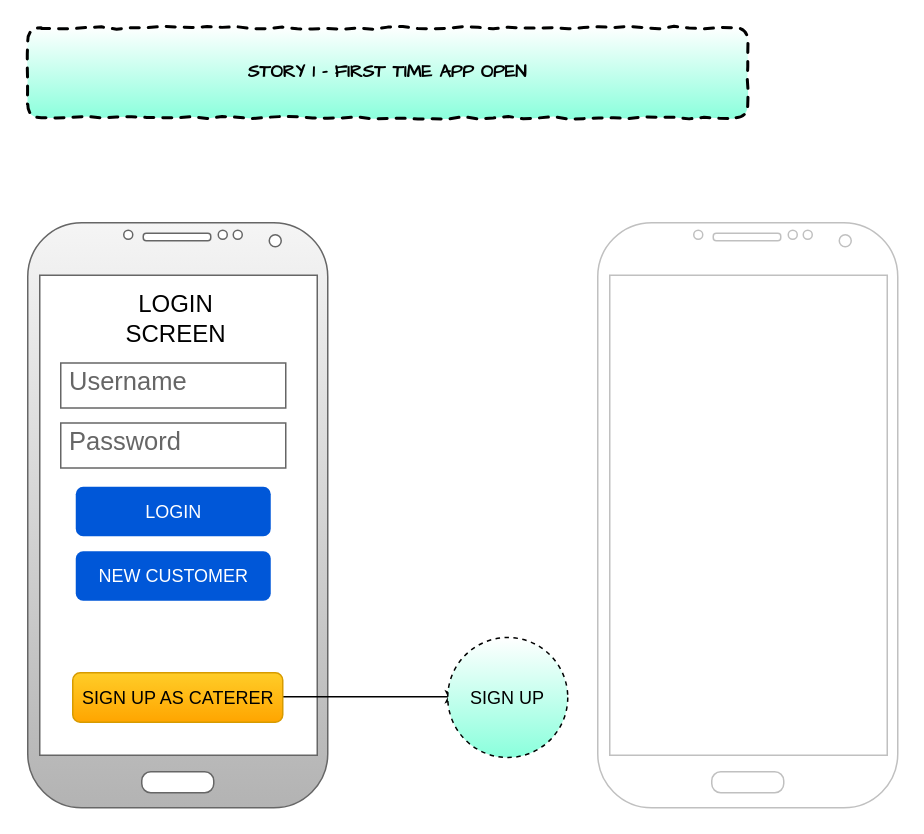
Before: Untitled Diagram.drawio in haroonjoblo/latestNews, a draw.io diagram. Source tidied: cells renumbered, new cells numbered last; positions are measured from the earlier drawing's top-left corner, leaving out a move shared by most shapes. Both pictures are drawn from the tidied source at 150%, with x=0, y=0 at pixel (27, 27).
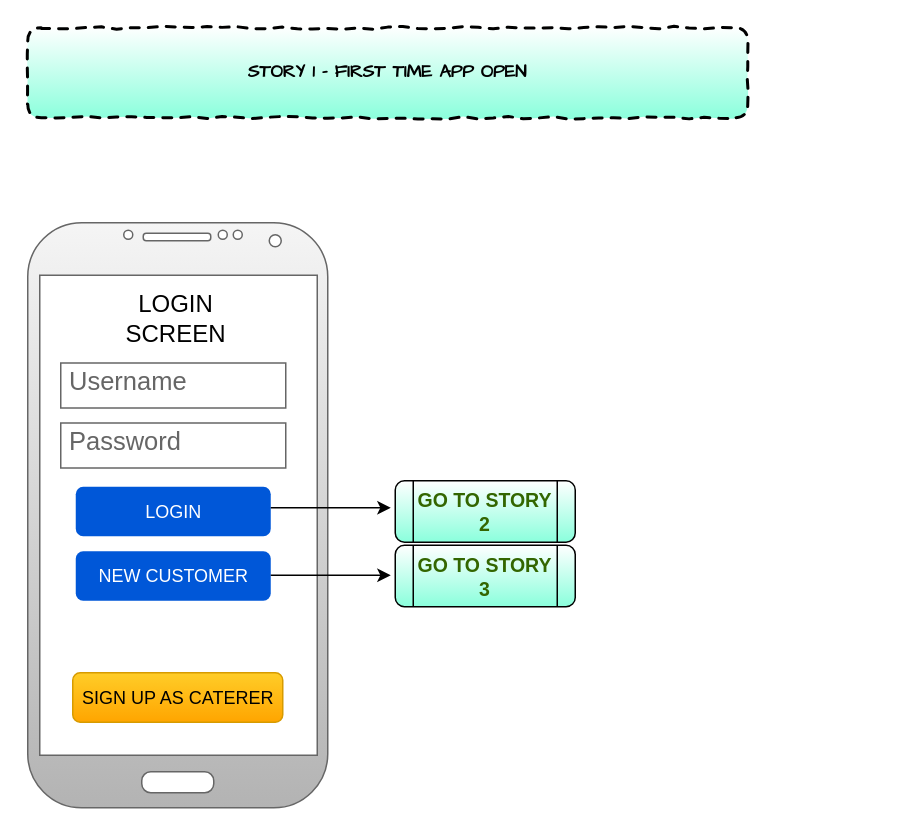
The same page after the edit.

Diff of the diagram source:
```diff
@@
 <mxGraphModel>
   <root>
     <mxCell id="0" />
     <mxCell id="1" parent="0" />
     <mxCell id="2" style="verticalLabelPosition=bottom;verticalAlign=top;html=1;shadow=0;dashed=0;strokeWidth=1;shape=mxgraph.android.phone2;rounded=1;glass=0;fillColor=#f5f5f5;strokeColor=#666666;gradientColor=#b3b3b3;" parent="1" vertex="1">
       <mxGeometry y="130" width="200" height="390" as="geometry" />
     </mxCell>
-    <mxCell id="3" style="verticalLabelPosition=bottom;verticalAlign=top;html=1;shadow=0;dashed=0;strokeWidth=1;shape=mxgraph.android.phone2;fillColor=#ffffff;strokeColor=#c0c0c0;rounded=1;glass=0;" parent="1" vertex="1">
-      <mxGeometry x="380" y="130" width="200" height="390" as="geometry" />
-    </mxCell>
-    <mxCell id="4" style="endArrow=classic;html=1;" parent="1" edge="1">
-      <mxGeometry relative="1" as="geometry">
-        <mxPoint x="167" y="446" as="sourcePoint" />
-        <mxPoint x="287" y="446" as="targetPoint" />
-      </mxGeometry>
-    </mxCell>
     <mxCell id="5" value="STORY 1 - FIRST TIME APP OPEN" style="html=1;whiteSpace=wrap;comic=1;strokeWidth=2;fontFamily=Comic Sans MS;fontStyle=1;rounded=1;glass=0;dashed=1;gradientColor=#8AFFDC;" parent="1" vertex="1">
       <mxGeometry width="480" height="60" as="geometry" />
     </mxCell>
     <mxCell id="6" value="SIGN UP AS CATERER" style="rounded=1;fillColor=#ffcd28;align=center;strokeColor=#d79b00;html=1;fontSize=12;glass=0;gradientColor=#ffa500;" parent="1" vertex="1">
       <mxGeometry x="30" y="430" width="140" height="33" as="geometry" />
     </mxCell>
-    <mxCell id="7" value="SIGN UP" style="ellipse;whiteSpace=wrap;html=1;rounded=1;glass=0;dashed=1;strokeColor=#000000;gradientColor=#8AFFDC;" parent="1" vertex="1">
-      <mxGeometry x="280" y="406.5" width="80" height="80" as="geometry" />
-    </mxCell>
     <mxCell id="8" value="Username" style="strokeWidth=1;shadow=0;dashed=0;align=center;html=1;shape=mxgraph.mockup.text.textBox;fillColor=#ffffff;fontColor=#666666;align=left;fontSize=17;spacingLeft=4;spacingTop=-3;strokeColor=#666666;mainText=;rounded=1;glass=0;" parent="1" vertex="1">
       <mxGeometry x="22" y="223.5" width="150" height="30" as="geometry" />
     </mxCell>
     <mxCell id="9" value="Password" style="strokeWidth=1;shadow=0;dashed=0;align=center;html=1;shape=mxgraph.mockup.text.textBox;fillColor=#ffffff;fontColor=#666666;align=left;fontSize=17;spacingLeft=4;spacingTop=-3;strokeColor=#666666;mainText=;rounded=1;glass=0;" parent="1" vertex="1">
       <mxGeometry x="22" y="263.5" width="150" height="30" as="geometry" />
     </mxCell>
     <mxCell id="10" value="LOGIN" style="rounded=1;fillColor=#0057D8;align=center;strokeColor=none;html=1;fontColor=#ffffff;fontSize=12;glass=0;dashed=1;" parent="1" vertex="1">
       <mxGeometry x="32" y="306" width="130" height="33" as="geometry" />
     </mxCell>
     <mxCell id="11" value="LOGIN SCREEN" style="text;html=1;align=center;verticalAlign=middle;whiteSpace=wrap;rounded=0;glass=0;dashed=1;fontSize=16;" parent="1" vertex="1">
       <mxGeometry x="79" y="183.5" width="40" height="20" as="geometry" />
     </mxCell>
     <mxCell id="12" value="NEW CUSTOMER" style="rounded=1;fillColor=#0057D8;align=center;strokeColor=none;html=1;fontColor=#ffffff;fontSize=12;glass=0;dashed=1;" parent="1" vertex="1">
       <mxGeometry x="32" y="349" width="130" height="33" as="geometry" />
     </mxCell>
+    <mxCell id="13" style="endArrow=classic;html=1;fontSize=16;fontColor=#336600;" parent="1" edge="1">
+      <mxGeometry relative="1" as="geometry">
+        <mxPoint x="162" y="320" as="sourcePoint" />
+        <mxPoint x="242" y="320" as="targetPoint" />
+      </mxGeometry>
+    </mxCell>
+    <mxCell id="14" style="endArrow=classic;html=1;fontSize=16;fontColor=#336600;" parent="1" edge="1">
+      <mxGeometry relative="1" as="geometry">
+        <mxPoint x="162" y="365" as="sourcePoint" />
+        <mxPoint x="242" y="365" as="targetPoint" />
+      </mxGeometry>
+    </mxCell>
+    <mxCell id="15" value="GO TO STORY 2" style="shape=process;whiteSpace=wrap;html=1;backgroundOutline=1;rounded=1;glass=0;strokeColor=#000000;gradientColor=#8AFFDC;fontSize=13;fontColor=#336600;fontStyle=1;" parent="1" vertex="1">
+      <mxGeometry x="245" y="302" width="120" height="41" as="geometry" />
+    </mxCell>
+    <mxCell id="16" value="GO TO STORY 3" style="shape=process;whiteSpace=wrap;html=1;backgroundOutline=1;rounded=1;glass=0;strokeColor=#000000;gradientColor=#8AFFDC;fontSize=13;fontColor=#336600;fontStyle=1;" parent="1" vertex="1">
+      <mxGeometry x="245" y="345" width="120" height="41" as="geometry" />
+    </mxCell>
   </root>
 </mxGraphModel>
```
